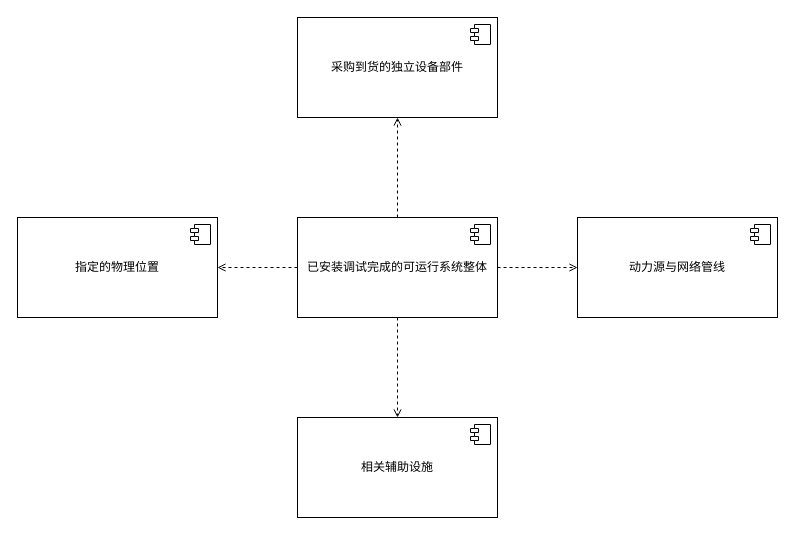
CoKoii/Study keeps this draw.io diagram as work/final/设备物理安装组件图.drawio. Above is the earlier version. Source tidied: cells renumbered, new cells numbered last; positions are measured from the earlier drawing's top-left corner, leaving out a move shared by most shapes. Both pictures are drawn from the tidied source at 100%, with x=0, y=0 at pixel (17, 17).
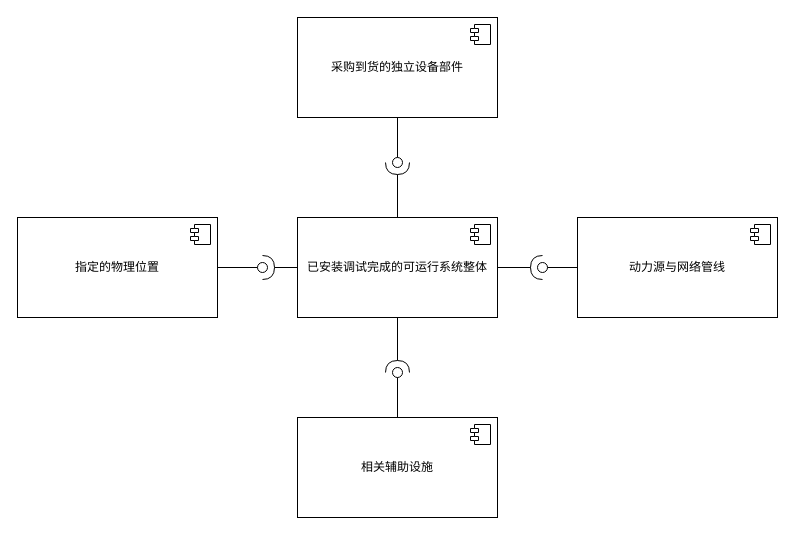
The same diagram, later.

The change refers to these unchanged cells:
```xml
<mxCell id="2" value="已安装调试完成的可运行系统整体" style="html=1;whiteSpace=wrap;" parent="1" vertex="1">
  <mxGeometry x="280" y="200" width="200" height="100" as="geometry" />
</mxCell>
<mxCell id="4" value="采购到货的独立设备部件" style="html=1;whiteSpace=wrap;" parent="1" vertex="1">
  <mxGeometry x="280" width="200" height="100" as="geometry" />
</mxCell>
<mxCell id="6" value="指定的物理位置" style="html=1;whiteSpace=wrap;" parent="1" vertex="1">
  <mxGeometry y="200" width="200" height="100" as="geometry" />
</mxCell>
<mxCell id="8" value="动力源与网络管线" style="html=1;whiteSpace=wrap;" parent="1" vertex="1">
  <mxGeometry x="560" y="200" width="200" height="100" as="geometry" />
</mxCell>
<mxCell id="10" value="相关辅助设施" style="html=1;whiteSpace=wrap;" parent="1" vertex="1">
  <mxGeometry x="280" y="400" width="200" height="100" as="geometry" />
</mxCell>
```

Diff of the diagram source:
```diff
@@
-    <mxCell id="12" style="dashed=1;endArrow=open;html=1;rounded=0;entryX=0.5;entryY=1;exitX=0.5;exitY=0;" parent="1" edge="1" source="2" target="4">
-      <mxGeometry relative="1" as="geometry" />
-    </mxCell>
-    <mxCell id="13" style="dashed=1;endArrow=open;html=1;rounded=0;entryX=1;entryY=0.5;exitX=0;exitY=0.5;" parent="1" edge="1" source="2" target="6">
-      <mxGeometry relative="1" as="geometry" />
-    </mxCell>
-    <mxCell id="14" style="dashed=1;endArrow=open;html=1;rounded=0;entryX=0;entryY=0.5;exitX=1;exitY=0.5;" parent="1" edge="1" source="2" target="8">
-      <mxGeometry relative="1" as="geometry" />
-    </mxCell>
-    <mxCell id="15" style="dashed=1;endArrow=open;html=1;rounded=0;entryX=0.5;entryY=0;exitX=0.5;exitY=1;" parent="1" edge="1" source="2" target="10">
-      <mxGeometry relative="1" as="geometry" />
-    </mxCell>
+    <mxCell id="16" style="ellipse;whiteSpace=wrap;html=1;fillColor=none;strokeColor=none;" parent="1" vertex="1">
+      <mxGeometry x="375" y="140" width="10" height="10" as="geometry" />
+    </mxCell>
+    <mxCell id="17" style="ellipse;whiteSpace=wrap;html=1;fillColor=none;strokeColor=none;" parent="1" vertex="1">
+      <mxGeometry x="240" y="245" width="10" height="10" as="geometry" />
+    </mxCell>
+    <mxCell id="18" style="ellipse;whiteSpace=wrap;html=1;fillColor=none;strokeColor=none;" parent="1" vertex="1">
+      <mxGeometry x="520" y="245" width="10" height="10" as="geometry" />
+    </mxCell>
+    <mxCell id="19" style="ellipse;whiteSpace=wrap;html=1;fillColor=none;strokeColor=none;" parent="1" vertex="1">
+      <mxGeometry x="375" y="350" width="10" height="10" as="geometry" />
+    </mxCell>
+    <mxCell id="20" style="endArrow=oval;html=1;rounded=0;endFill=0;endSize=10;exitX=0.5;exitY=1;entryX=0.5;entryY=0.5;" parent="1" edge="1" source="4" target="16">
+      <mxGeometry relative="1" as="geometry" />
+    </mxCell>
+    <mxCell id="21" style="endArrow=halfCircle;html=1;rounded=0;endFill=0;endSize=10;exitX=0.5;exitY=0;entryX=0.5;entryY=0.5;" parent="1" edge="1" source="2" target="16">
+      <mxGeometry relative="1" as="geometry" />
+    </mxCell>
+    <mxCell id="22" style="endArrow=oval;html=1;rounded=0;endFill=0;endSize=10;exitX=1;exitY=0.5;entryX=0.5;entryY=0.5;" parent="1" edge="1" source="6" target="17">
+      <mxGeometry relative="1" as="geometry" />
+    </mxCell>
+    <mxCell id="23" style="endArrow=halfCircle;html=1;rounded=0;endFill=0;endSize=10;exitX=0;exitY=0.5;entryX=0.5;entryY=0.5;" parent="1" edge="1" source="2" target="17">
+      <mxGeometry relative="1" as="geometry" />
+    </mxCell>
+    <mxCell id="24" style="endArrow=oval;html=1;rounded=0;endFill=0;endSize=10;exitX=0;exitY=0.5;entryX=0.5;entryY=0.5;" parent="1" edge="1" source="8" target="18">
+      <mxGeometry relative="1" as="geometry" />
+    </mxCell>
+    <mxCell id="25" style="endArrow=halfCircle;html=1;rounded=0;endFill=0;endSize=10;exitX=1;exitY=0.5;entryX=0.5;entryY=0.5;" parent="1" edge="1" source="2" target="18">
+      <mxGeometry relative="1" as="geometry" />
+    </mxCell>
+    <mxCell id="26" style="endArrow=oval;html=1;rounded=0;endFill=0;endSize=10;exitX=0.5;exitY=0;entryX=0.5;entryY=0.5;" parent="1" edge="1" source="10" target="19">
+      <mxGeometry relative="1" as="geometry" />
+    </mxCell>
+    <mxCell id="27" style="endArrow=halfCircle;html=1;rounded=0;endFill=0;endSize=10;exitX=0.5;exitY=1;entryX=0.5;entryY=0.5;" parent="1" edge="1" source="2" target="19">
+      <mxGeometry relative="1" as="geometry" />
+    </mxCell>
```
